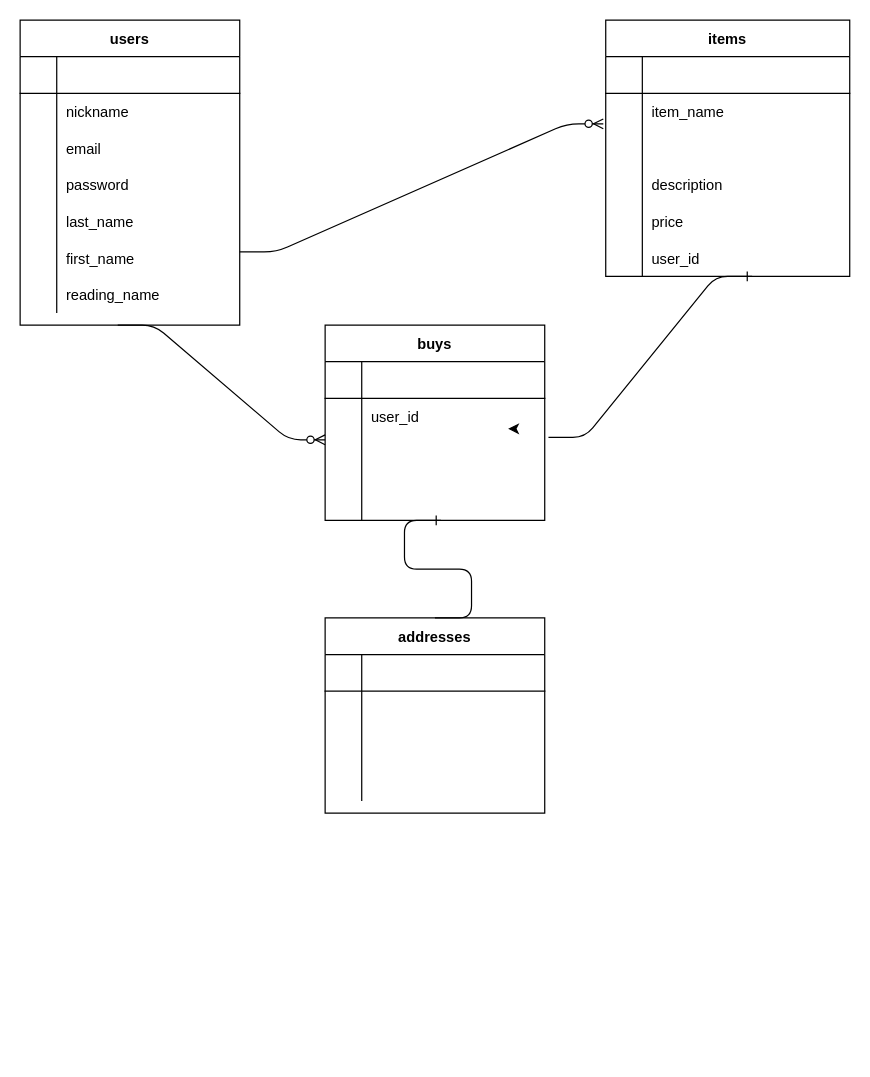
This is page "Page-1" (1 of 2) of app/views/er.dio from Lightning-Farron/furima-23506, a draw.io file, before an edit. Source tidied: cells renumbered, new cells numbered last; positions are measured from the earlier drawing's top-left corner, leaving out a move shared by most shapes. Both pictures are drawn from the tidied source at 122%, with x=0, y=0 at pixel (20, 20).
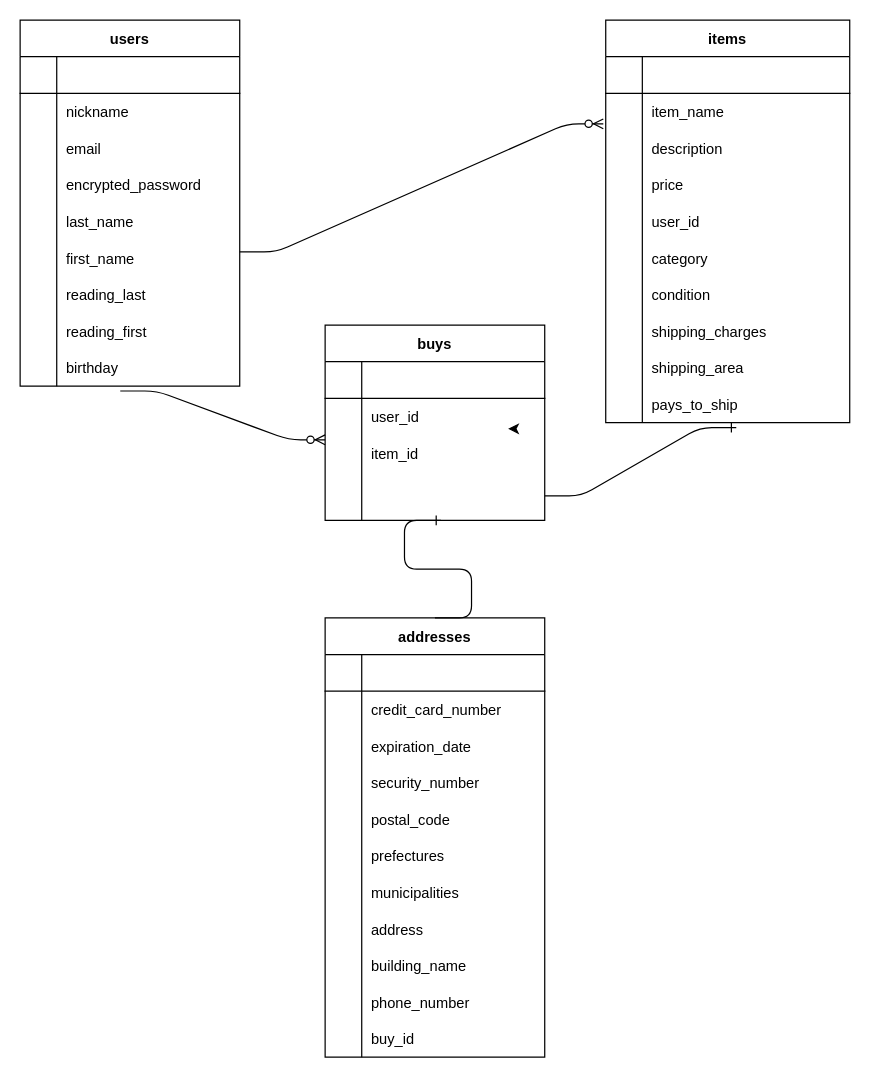
The same page after the edit.

Unchanged cells that the change refers to:
```xml
<mxCell id="13" style="shape=partialRectangle;fillColor=none;top=0;left=0;bottom=0;right=0;" parent="3" vertex="1">
  <mxGeometry y="120" width="180" height="30" as="geometry" />
</mxCell>
<mxCell id="22" style="shape=partialRectangle;fillColor=none;top=0;left=0;bottom=0;right=0;" parent="3" vertex="1">
  <mxGeometry y="210" width="180" height="30" as="geometry" />
</mxCell>
<mxCell id="32" style="shape=partialRectangle;fillColor=none;top=0;left=0;bottom=0;right=0;" parent="25" vertex="1">
  <mxGeometry y="90" width="200" height="30" as="geometry" />
</mxCell>
<mxCell id="35" style="shape=partialRectangle;fillColor=none;top=0;left=0;bottom=0;right=0;" parent="25" vertex="1">
  <mxGeometry y="120" width="200" height="30" as="geometry" />
</mxCell>
<mxCell id="38" style="shape=partialRectangle;fillColor=none;top=0;left=0;bottom=0;right=0;" parent="25" vertex="1">
  <mxGeometry y="150" width="200" height="30" as="geometry" />
</mxCell>
<mxCell id="41" style="shape=partialRectangle;fillColor=none;top=0;left=0;bottom=0;right=0;" parent="25" vertex="1">
  <mxGeometry y="180" width="200" height="30" as="geometry" />
</mxCell>
<mxCell id="48" style="shape=partialRectangle;fillColor=none;top=0;left=0;bottom=0;right=0;points=[[0,0.5],[1,0.5]];portConstraint=eastwest;" parent="44" vertex="1">
  <mxGeometry y="60" width="180" height="30" as="geometry" />
</mxCell>
<mxCell id="51" style="shape=partialRectangle;fillColor=none;top=0;left=0;bottom=0;right=0;points=[[0,0.5],[1,0.5]];portConstraint=eastwest;" parent="44" vertex="1">
  <mxGeometry y="90" width="180" height="30" as="geometry" />
</mxCell>
<mxCell id="54" style="shape=partialRectangle;fillColor=none;top=0;left=0;bottom=0;right=0;points=[[0,0.5],[1,0.5]];portConstraint=eastwest;" parent="44" vertex="1">
  <mxGeometry y="120" width="180" height="40" as="geometry" />
</mxCell>
<mxCell id="64" style="shape=partialRectangle;fillColor=none;top=0;left=0;bottom=0;right=0;" parent="60" vertex="1">
  <mxGeometry y="60" width="180" height="30" as="geometry" />
</mxCell>
<mxCell id="67" style="shape=partialRectangle;fillColor=none;top=0;left=0;bottom=0;right=0;" parent="60" vertex="1">
  <mxGeometry y="90" width="180" height="30" as="geometry" />
</mxCell>
<mxCell id="70" style="shape=partialRectangle;fillColor=none;top=0;left=0;bottom=0;right=0;" parent="60" vertex="1">
  <mxGeometry y="120" width="180" height="30" as="geometry" />
</mxCell>
```

Diff of the diagram source:
```diff
@@
     <mxCell id="3" value="users" style="shape=table;startSize=30;childLayout=tableLayout;rowLines=0;fontStyle=1;align=center;" parent="1" vertex="1">
-      <mxGeometry width="180" height="250" as="geometry" />
+      <mxGeometry width="180" height="300" as="geometry" />
     </mxCell>
@@
-    <mxCell id="15" value="password" style="shape=partialRectangle;fillColor=none;top=0;left=0;bottom=0;right=0;align=left;spacingLeft=6;overflow=hidden;" parent="13" vertex="1">
+    <mxCell id="15" value="encrypted_password" style="shape=partialRectangle;fillColor=none;top=0;left=0;bottom=0;right=0;align=left;spacingLeft=6;overflow=hidden;" parent="13" vertex="1">
       <mxGeometry x="30" width="150" height="30" as="geometry" />
     </mxCell>
@@
-    <mxCell id="24" value="reading_name" style="shape=partialRectangle;fillColor=none;top=0;left=0;bottom=0;right=0;align=left;spacingLeft=6;overflow=hidden;" parent="22" vertex="1">
+    <mxCell id="24" value="reading_last" style="shape=partialRectangle;fillColor=none;top=0;left=0;bottom=0;right=0;align=left;spacingLeft=6;overflow=hidden;" parent="22" vertex="1">
       <mxGeometry x="30" width="150" height="30" as="geometry" />
     </mxCell>
+    <mxCell id="74" style="shape=partialRectangle;fillColor=none;top=0;left=0;bottom=0;right=0;" parent="3" vertex="1">
+      <mxGeometry y="240" width="180" height="30" as="geometry" />
+    </mxCell>
+    <mxCell id="75" style="shape=partialRectangle;fillColor=none;top=0;left=0;bottom=0;right=0;overflow=hidden;" parent="74" vertex="1">
+      <mxGeometry width="30" height="30" as="geometry" />
+    </mxCell>
+    <mxCell id="76" value="reading_first" style="shape=partialRectangle;fillColor=none;top=0;left=0;bottom=0;right=0;align=left;spacingLeft=6;overflow=hidden;" parent="74" vertex="1">
+      <mxGeometry x="30" width="150" height="30" as="geometry" />
+    </mxCell>
+    <mxCell id="77" style="shape=partialRectangle;fillColor=none;top=0;left=0;bottom=0;right=0;points=[[0,0.5],[1,0.5]];portConstraint=eastwest;" parent="3" vertex="1">
+      <mxGeometry y="270" width="180" height="30" as="geometry" />
+    </mxCell>
+    <mxCell id="78" style="shape=partialRectangle;fillColor=none;top=0;left=0;bottom=0;right=0;overflow=hidden;" parent="77" vertex="1">
+      <mxGeometry width="30" height="30" as="geometry" />
+    </mxCell>
+    <mxCell id="79" value="birthday" style="shape=partialRectangle;fillColor=none;top=0;left=0;bottom=0;right=0;align=left;spacingLeft=6;overflow=hidden;" parent="77" vertex="1">
+      <mxGeometry x="30" width="150" height="30" as="geometry" />
+    </mxCell>
     <mxCell id="25" value="items" style="shape=table;startSize=30;childLayout=tableLayout;rowLines=0;fontStyle=1;align=center;" parent="1" vertex="1">
-      <mxGeometry x="480" width="200" height="210" as="geometry" />
+      <mxGeometry x="480" width="200" height="330" as="geometry" />
     </mxCell>
@@
-    <mxCell id="34" style="shape=partialRectangle;fillColor=none;top=0;left=0;bottom=0;right=0;align=left;spacingLeft=6;overflow=hidden;" parent="32" vertex="1">
+    <mxCell id="34" value="description" style="shape=partialRectangle;fillColor=none;top=0;left=0;bottom=0;right=0;align=left;spacingLeft=6;overflow=hidden;" parent="32" vertex="1">
       <mxGeometry x="30" width="170" height="30" as="geometry" />
     </mxCell>
@@
-    <mxCell id="37" value="description" style="shape=partialRectangle;fillColor=none;top=0;left=0;bottom=0;right=0;align=left;spacingLeft=6;overflow=hidden;" parent="35" vertex="1">
+    <mxCell id="37" value="price" style="shape=partialRectangle;fillColor=none;top=0;left=0;bottom=0;right=0;align=left;spacingLeft=6;overflow=hidden;" parent="35" vertex="1">
       <mxGeometry x="30" width="170" height="30" as="geometry" />
     </mxCell>
@@
-    <mxCell id="40" value="price" style="shape=partialRectangle;fillColor=none;top=0;left=0;bottom=0;right=0;align=left;spacingLeft=6;overflow=hidden;" parent="38" vertex="1">
+    <mxCell id="40" value="user_id" style="shape=partialRectangle;fillColor=none;top=0;left=0;bottom=0;right=0;align=left;spacingLeft=6;overflow=hidden;" parent="38" vertex="1">
       <mxGeometry x="30" width="170" height="30" as="geometry" />
     </mxCell>
@@
-    <mxCell id="43" value="user_id" style="shape=partialRectangle;fillColor=none;top=0;left=0;bottom=0;right=0;align=left;spacingLeft=6;overflow=hidden;" parent="41" vertex="1">
+    <mxCell id="43" value="category" style="shape=partialRectangle;fillColor=none;top=0;left=0;bottom=0;right=0;align=left;spacingLeft=6;overflow=hidden;" parent="41" vertex="1">
       <mxGeometry x="30" width="170" height="30" as="geometry" />
     </mxCell>
+    <mxCell id="80" style="shape=partialRectangle;fillColor=none;top=0;left=0;bottom=0;right=0;" parent="25" vertex="1">
+      <mxGeometry y="210" width="200" height="30" as="geometry" />
+    </mxCell>
+    <mxCell id="81" style="shape=partialRectangle;fillColor=none;top=0;left=0;bottom=0;right=0;overflow=hidden;" parent="80" vertex="1">
+      <mxGeometry width="30" height="30" as="geometry" />
+    </mxCell>
+    <mxCell id="82" value="condition" style="shape=partialRectangle;fillColor=none;top=0;left=0;bottom=0;right=0;align=left;spacingLeft=6;overflow=hidden;" parent="80" vertex="1">
+      <mxGeometry x="30" width="170" height="30" as="geometry" />
+    </mxCell>
+    <mxCell id="83" style="shape=partialRectangle;fillColor=none;top=0;left=0;bottom=0;right=0;" parent="25" vertex="1">
+      <mxGeometry y="240" width="200" height="30" as="geometry" />
+    </mxCell>
+    <mxCell id="84" style="shape=partialRectangle;fillColor=none;top=0;left=0;bottom=0;right=0;overflow=hidden;" parent="83" vertex="1">
+      <mxGeometry width="30" height="30" as="geometry" />
+    </mxCell>
+    <mxCell id="85" value="shipping_charges" style="shape=partialRectangle;fillColor=none;top=0;left=0;bottom=0;right=0;align=left;spacingLeft=6;overflow=hidden;" parent="83" vertex="1">
+      <mxGeometry x="30" width="170" height="30" as="geometry" />
+    </mxCell>
+    <mxCell id="86" style="shape=partialRectangle;fillColor=none;top=0;left=0;bottom=0;right=0;" parent="25" vertex="1">
+      <mxGeometry y="270" width="200" height="30" as="geometry" />
+    </mxCell>
+    <mxCell id="87" style="shape=partialRectangle;fillColor=none;top=0;left=0;bottom=0;right=0;overflow=hidden;" parent="86" vertex="1">
+      <mxGeometry width="30" height="30" as="geometry" />
+    </mxCell>
+    <mxCell id="88" value="shipping_area" style="shape=partialRectangle;fillColor=none;top=0;left=0;bottom=0;right=0;align=left;spacingLeft=6;overflow=hidden;" parent="86" vertex="1">
+      <mxGeometry x="30" width="170" height="30" as="geometry" />
+    </mxCell>
+    <mxCell id="89" style="shape=partialRectangle;fillColor=none;top=0;left=0;bottom=0;right=0;points=[[0,0.5],[1,0.5]];portConstraint=eastwest;" parent="25" vertex="1">
+      <mxGeometry y="300" width="200" height="30" as="geometry" />
+    </mxCell>
+    <mxCell id="90" style="shape=partialRectangle;fillColor=none;top=0;left=0;bottom=0;right=0;overflow=hidden;" parent="89" vertex="1">
+      <mxGeometry width="30" height="30" as="geometry" />
+    </mxCell>
+    <mxCell id="91" value="pays_to_ship" style="shape=partialRectangle;fillColor=none;top=0;left=0;bottom=0;right=0;align=left;spacingLeft=6;overflow=hidden;" parent="89" vertex="1">
+      <mxGeometry x="30" width="170" height="30" as="geometry" />
+    </mxCell>
@@
-    <mxCell id="53" style="shape=partialRectangle;fillColor=none;top=0;left=0;bottom=0;right=0;align=left;spacingLeft=6;overflow=hidden;" parent="51" vertex="1">
+    <mxCell id="53" value="item_id" style="shape=partialRectangle;fillColor=none;top=0;left=0;bottom=0;right=0;align=left;spacingLeft=6;overflow=hidden;" parent="51" vertex="1">
       <mxGeometry x="30" width="150" height="30" as="geometry" />
     </mxCell>
@@
-    <mxCell id="58" style="edgeStyle=entityRelationEdgeStyle;fontSize=12;html=1;endArrow=ERzeroToMany;endFill=1;entryX=0;entryY=1.133;entryDx=0;entryDy=0;entryPerimeter=0;" parent="1" edge="1" target="48">
-      <mxGeometry relative="1" as="geometry">
-        <mxPoint x="80" y="250" as="sourcePoint" />
-      </mxGeometry>
+    <mxCell id="58" style="edgeStyle=entityRelationEdgeStyle;fontSize=12;html=1;endArrow=ERzeroToMany;endFill=1;entryX=0;entryY=1.133;entryDx=0;entryDy=0;entryPerimeter=0;exitX=0.456;exitY=1.133;exitDx=0;exitDy=0;exitPerimeter=0;" parent="1" edge="1" source="77" target="48">
+      <mxGeometry relative="1" as="geometry" />
     </mxCell>
-    <mxCell id="59" style="edgeStyle=entityRelationEdgeStyle;fontSize=12;html=1;endArrow=ERone;endFill=1;exitX=1.017;exitY=0.067;exitDx=0;exitDy=0;exitPerimeter=0;" parent="1" edge="1" source="51">
-      <mxGeometry relative="1" as="geometry">
-        <mxPoint x="600" y="210" as="targetPoint" />
-      </mxGeometry>
+    <mxCell id="59" style="edgeStyle=entityRelationEdgeStyle;fontSize=12;html=1;endArrow=ERone;endFill=1;exitX=1;exitY=0.5;exitDx=0;exitDy=0;entryX=0.535;entryY=1.133;entryDx=0;entryDy=0;entryPerimeter=0;" parent="1" edge="1" source="54" target="89">
+      <mxGeometry relative="1" as="geometry" />
     </mxCell>
     <mxCell id="60" value="addresses" style="shape=table;startSize=30;childLayout=tableLayout;rowLines=0;fontStyle=1;align=center;" parent="1" vertex="1">
-      <mxGeometry x="250" y="490" width="180" height="160" as="geometry" />
+      <mxGeometry x="250" y="490" width="180" height="360" as="geometry" />
     </mxCell>
@@
-    <mxCell id="66" style="shape=partialRectangle;fillColor=none;top=0;left=0;bottom=0;right=0;align=left;spacingLeft=6;overflow=hidden;" parent="64" vertex="1">
+    <mxCell id="66" value="credit_card_number" style="shape=partialRectangle;fillColor=none;top=0;left=0;bottom=0;right=0;align=left;spacingLeft=6;overflow=hidden;" parent="64" vertex="1">
       <mxGeometry x="30" width="150" height="30" as="geometry" />
     </mxCell>
@@
-    <mxCell id="69" style="shape=partialRectangle;fillColor=none;top=0;left=0;bottom=0;right=0;align=left;spacingLeft=6;overflow=hidden;" parent="67" vertex="1">
+    <mxCell id="69" value="expiration_date" style="shape=partialRectangle;fillColor=none;top=0;left=0;bottom=0;right=0;align=left;spacingLeft=6;overflow=hidden;" parent="67" vertex="1">
       <mxGeometry x="30" width="150" height="30" as="geometry" />
     </mxCell>
@@
-    <mxCell id="72" style="shape=partialRectangle;fillColor=none;top=0;left=0;bottom=0;right=0;align=left;spacingLeft=6;overflow=hidden;" parent="70" vertex="1">
+    <mxCell id="72" value="security_number" style="shape=partialRectangle;fillColor=none;top=0;left=0;bottom=0;right=0;align=left;spacingLeft=6;overflow=hidden;" parent="70" vertex="1">
       <mxGeometry x="30" width="150" height="30" as="geometry" />
     </mxCell>
+    <mxCell id="92" style="shape=partialRectangle;fillColor=none;top=0;left=0;bottom=0;right=0;" parent="60" vertex="1">
+      <mxGeometry y="150" width="180" height="30" as="geometry" />
+    </mxCell>
+    <mxCell id="93" style="shape=partialRectangle;fillColor=none;top=0;left=0;bottom=0;right=0;overflow=hidden;" parent="92" vertex="1">
+      <mxGeometry width="30" height="30" as="geometry" />
+    </mxCell>
+    <mxCell id="94" value="postal_code" style="shape=partialRectangle;fillColor=none;top=0;left=0;bottom=0;right=0;align=left;spacingLeft=6;overflow=hidden;" parent="92" vertex="1">
+      <mxGeometry x="30" width="150" height="30" as="geometry" />
+    </mxCell>
+    <mxCell id="95" style="shape=partialRectangle;fillColor=none;top=0;left=0;bottom=0;right=0;" parent="60" vertex="1">
+      <mxGeometry y="180" width="180" height="30" as="geometry" />
+    </mxCell>
+    <mxCell id="96" style="shape=partialRectangle;fillColor=none;top=0;left=0;bottom=0;right=0;overflow=hidden;" parent="95" vertex="1">
+      <mxGeometry width="30" height="30" as="geometry" />
+    </mxCell>
+    <mxCell id="97" value="prefectures" style="shape=partialRectangle;fillColor=none;top=0;left=0;bottom=0;right=0;align=left;spacingLeft=6;overflow=hidden;" parent="95" vertex="1">
+      <mxGeometry x="30" width="150" height="30" as="geometry" />
+    </mxCell>
+    <mxCell id="98" style="shape=partialRectangle;fillColor=none;top=0;left=0;bottom=0;right=0;" parent="60" vertex="1">
+      <mxGeometry y="210" width="180" height="30" as="geometry" />
+    </mxCell>
+    <mxCell id="99" style="shape=partialRectangle;fillColor=none;top=0;left=0;bottom=0;right=0;overflow=hidden;" parent="98" vertex="1">
+      <mxGeometry width="30" height="30" as="geometry" />
+    </mxCell>
+    <mxCell id="100" value="municipalities" style="shape=partialRectangle;fillColor=none;top=0;left=0;bottom=0;right=0;align=left;spacingLeft=6;overflow=hidden;" parent="98" vertex="1">
+      <mxGeometry x="30" width="150" height="30" as="geometry" />
+    </mxCell>
+    <mxCell id="101" style="shape=partialRectangle;fillColor=none;top=0;left=0;bottom=0;right=0;" parent="60" vertex="1">
+      <mxGeometry y="240" width="180" height="30" as="geometry" />
+    </mxCell>
+    <mxCell id="102" style="shape=partialRectangle;fillColor=none;top=0;left=0;bottom=0;right=0;overflow=hidden;" parent="101" vertex="1">
+      <mxGeometry width="30" height="30" as="geometry" />
+    </mxCell>
+    <mxCell id="103" value="address" style="shape=partialRectangle;fillColor=none;top=0;left=0;bottom=0;right=0;align=left;spacingLeft=6;overflow=hidden;" parent="101" vertex="1">
+      <mxGeometry x="30" width="150" height="30" as="geometry" />
+    </mxCell>
+    <mxCell id="104" style="shape=partialRectangle;fillColor=none;top=0;left=0;bottom=0;right=0;" parent="60" vertex="1">
+      <mxGeometry y="270" width="180" height="30" as="geometry" />
+    </mxCell>
+    <mxCell id="105" style="shape=partialRectangle;fillColor=none;top=0;left=0;bottom=0;right=0;overflow=hidden;" parent="104" vertex="1">
+      <mxGeometry width="30" height="30" as="geometry" />
+    </mxCell>
+    <mxCell id="106" value="building_name" style="shape=partialRectangle;fillColor=none;top=0;left=0;bottom=0;right=0;align=left;spacingLeft=6;overflow=hidden;" parent="104" vertex="1">
+      <mxGeometry x="30" width="150" height="30" as="geometry" />
+    </mxCell>
+    <mxCell id="107" style="shape=partialRectangle;fillColor=none;top=0;left=0;bottom=0;right=0;" parent="60" vertex="1">
+      <mxGeometry y="300" width="180" height="30" as="geometry" />
+    </mxCell>
+    <mxCell id="108" style="shape=partialRectangle;fillColor=none;top=0;left=0;bottom=0;right=0;overflow=hidden;" parent="107" vertex="1">
+      <mxGeometry width="30" height="30" as="geometry" />
+    </mxCell>
+    <mxCell id="109" value="phone_number" style="shape=partialRectangle;fillColor=none;top=0;left=0;bottom=0;right=0;align=left;spacingLeft=6;overflow=hidden;" parent="107" vertex="1">
+      <mxGeometry x="30" width="150" height="30" as="geometry" />
+    </mxCell>
+    <mxCell id="110" style="shape=partialRectangle;fillColor=none;top=0;left=0;bottom=0;right=0;" parent="60" vertex="1">
+      <mxGeometry y="330" width="180" height="30" as="geometry" />
+    </mxCell>
+    <mxCell id="111" style="shape=partialRectangle;fillColor=none;top=0;left=0;bottom=0;right=0;overflow=hidden;" parent="110" vertex="1">
+      <mxGeometry width="30" height="30" as="geometry" />
+    </mxCell>
+    <mxCell id="112" value="buy_id" style="shape=partialRectangle;fillColor=none;top=0;left=0;bottom=0;right=0;align=left;spacingLeft=6;overflow=hidden;" parent="110" vertex="1">
+      <mxGeometry x="30" width="150" height="30" as="geometry" />
+    </mxCell>
```
